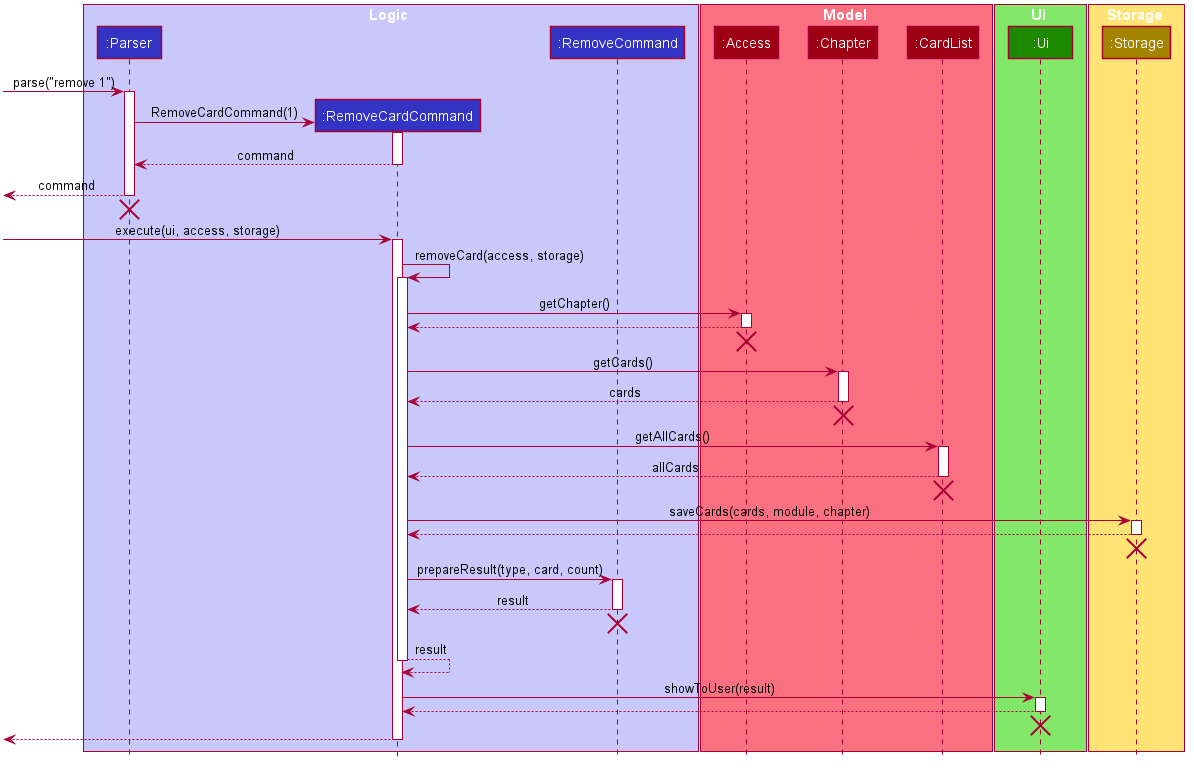
The PlantUML diagram docs/DG_Images/removecard_seq_diagram.png in nus-cs2113-AY2021S1/tp, before a commit.
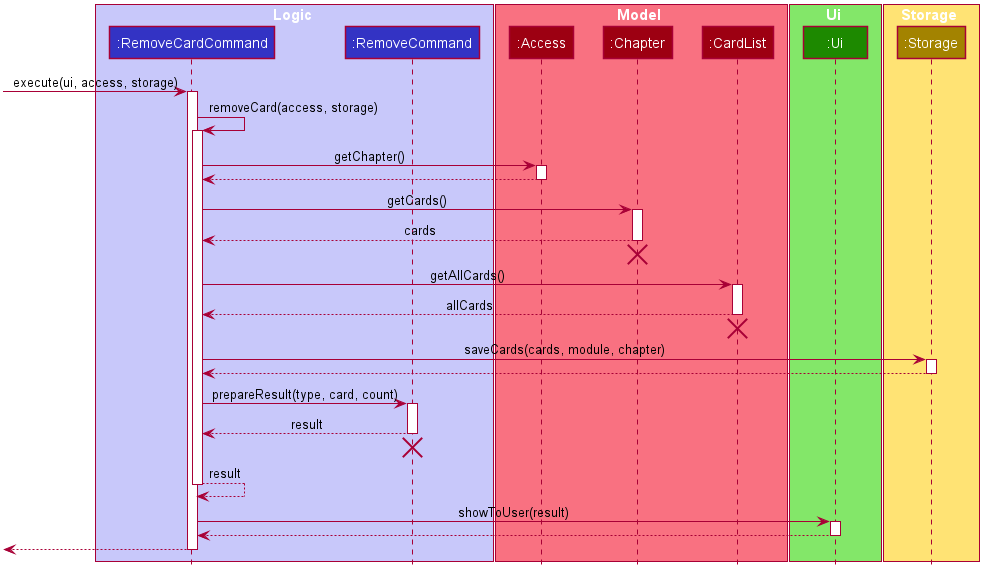
The same file after the commit.

Commit message:
Remove parser and modify deletion of objects

Diff of the diagram source:
```diff
@@ -49,7 +49,6 @@
 hide circle
 
 box Logic #C8C8FA
-participant ":Parser" as Parser #3333C4
 participant ":RemoveCardCommand" as RemoveCardCommand #3333C4
 participant ":RemoveCommand" as RemoveCommand #3333C4
 end box
@@ -68,21 +67,6 @@
 participant ":Storage" as Storage #A38300
 end box
 
-[-> Parser : parse("remove 1")
-activate Parser
-
-create RemoveCardCommand
-Parser -> RemoveCardCommand : RemoveCardCommand(1)
-activate RemoveCardCommand
-
-RemoveCardCommand --> Parser : command
-deactivate RemoveCardCommand
-
-[<-- Parser : command
-deactivate Parser
-[<-[hidden]- Parser
-destroy Parser
-
 -> RemoveCardCommand : execute(ui, access, storage)
 activate RemoveCardCommand
 RemoveCardCommand -> RemoveCardCommand : removeCard(access, storage)
@@ -91,8 +75,6 @@
 activate Access
 RemoveCardCommand <-- Access
 deactivate Access
-[<-[hidden]- Access
-destroy Access
 RemoveCardCommand -> Chapter : getCards()
 activate Chapter
 RemoveCardCommand <-- Chapter : cards
@@ -109,8 +91,6 @@
 activate Storage
 RemoveCardCommand <-- Storage
 deactivate Storage
-[<-[hidden]- Storage
-destroy Storage
 RemoveCardCommand -> RemoveCommand : prepareResult(type, card, count)
 activate RemoveCommand
 RemoveCardCommand <-- RemoveCommand : result
@@ -123,8 +103,6 @@
 activate Ui
 RemoveCardCommand <-- Ui
 deactivate Ui
-[<-[hidden]- Ui
-destroy Ui
 <-- RemoveCardCommand
 deactivate RemoveCardCommand
 @enduml
```
